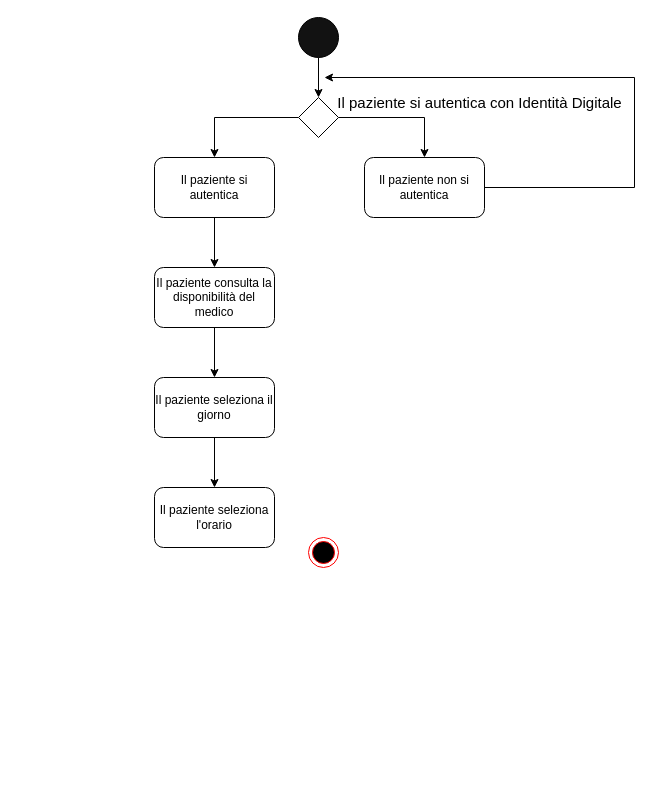
The draw.io diagram page "activity" (2 of 5) of DiagrammiMedSync.drawio in frncscrlnd/MedSync-Sistema-di-Gestione-Appuntamenti-e-Documentazione-Medica, before the edit. Source tidied: cells renumbered, new cells numbered last; positions are measured from the earlier drawing's top-left corner, leaving out a move shared by most shapes. Both pictures are drawn from the tidied source at 100%, with x=0, y=0 at pixel (154, 17).
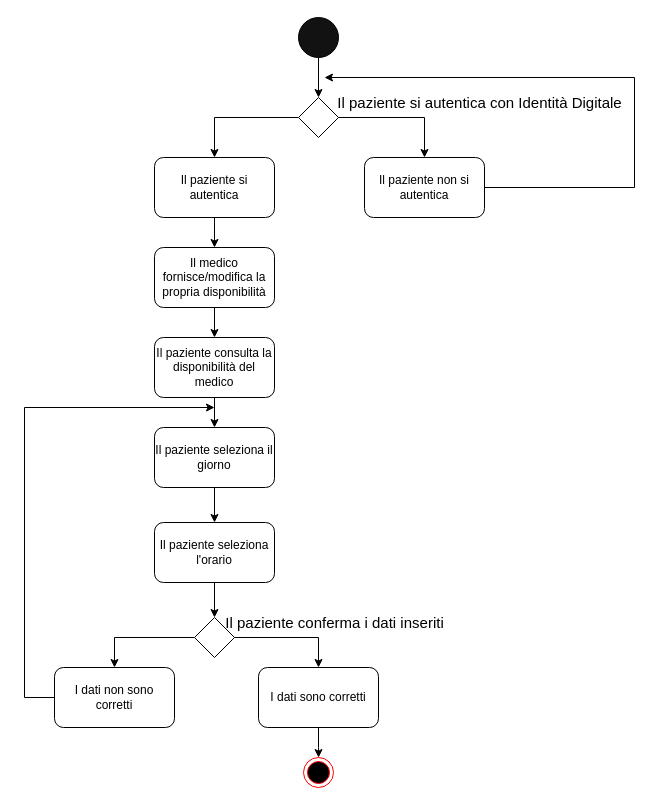
Above is the later version.

Unchanged cells that the change refers to:
```xml
<mxCell id="13" value="Il paziente si autentica" style="rounded=1;whiteSpace=wrap;html=1;" parent="1" vertex="1">
  <mxGeometry y="140" width="120" height="60" as="geometry" />
</mxCell>
```

Change to the diagram source:
```diff
@@
     <mxCell id="2" style="ellipse;html=1;shape=endState;fillColor=#000000;strokeColor=#ff0000;" parent="1" vertex="1">
-      <mxGeometry x="154" y="520" width="30" height="30" as="geometry" />
+      <mxGeometry x="149" y="740" width="30" height="30" as="geometry" />
     </mxCell>
@@
     <mxCell id="6" value="Il paziente seleziona il giorno" style="rounded=1;whiteSpace=wrap;html=1;" parent="1" vertex="1">
-      <mxGeometry y="360" width="120" height="60" as="geometry" />
+      <mxGeometry y="410" width="120" height="60" as="geometry" />
     </mxCell>
+    <mxCell id="18" style="edgeStyle=orthogonalEdgeStyle;rounded=0;jettySize=auto;html=1;" parent="1" edge="1" source="7" target="24">
+      <mxGeometry relative="1" as="geometry" />
+    </mxCell>
     <mxCell id="7" value="Il paziente seleziona l'orario" style="rounded=1;whiteSpace=wrap;html=1;" parent="1" vertex="1">
-      <mxGeometry y="470" width="120" height="60" as="geometry" />
+      <mxGeometry y="505" width="120" height="60" as="geometry" />
     </mxCell>
@@
-    <mxCell id="12" style="edgeStyle=orthogonalEdgeStyle;rounded=0;jettySize=auto;html=1;" parent="1" edge="1" source="13" target="17">
-      <mxGeometry relative="1" as="geometry" />
-    </mxCell>
+    <mxCell id="19" style="edgeStyle=orthogonalEdgeStyle;rounded=0;jettySize=auto;html=1;" parent="1" edge="1" source="13" target="21">
+      <mxGeometry relative="1" as="geometry" />
+    </mxCell>
@@
     <mxCell id="17" value="Il paziente consulta la disponibilità del medico" style="rounded=1;whiteSpace=wrap;html=1;" parent="1" vertex="1">
-      <mxGeometry y="250" width="120" height="60" as="geometry" />
+      <mxGeometry y="320" width="120" height="60" as="geometry" />
     </mxCell>
+    <mxCell id="20" style="edgeStyle=orthogonalEdgeStyle;rounded=0;jettySize=auto;html=1;" parent="1" edge="1" source="21" target="17">
+      <mxGeometry relative="1" as="geometry" />
+    </mxCell>
+    <mxCell id="21" value="Il medico fornisce/modifica la propria disponibilità" style="rounded=1;whiteSpace=wrap;html=1;" parent="1" vertex="1">
+      <mxGeometry y="230" width="120" height="60" as="geometry" />
+    </mxCell>
+    <mxCell id="22" style="edgeStyle=orthogonalEdgeStyle;rounded=0;jettySize=auto;html=1;" parent="1" edge="1" source="24" target="29">
+      <mxGeometry relative="1" as="geometry" />
+    </mxCell>
+    <mxCell id="23" style="edgeStyle=orthogonalEdgeStyle;rounded=0;jettySize=auto;html=1;" parent="1" edge="1" source="24" target="27">
+      <mxGeometry relative="1" as="geometry" />
+    </mxCell>
+    <mxCell id="24" style="rhombus;whiteSpace=wrap;html=1;" parent="1" vertex="1">
+      <mxGeometry x="40" y="600" width="40" height="40" as="geometry" />
+    </mxCell>
+    <mxCell id="25" value="&lt;font style=&quot;font-size: 15px;&quot;&gt;Il paziente conferma i dati inseriti&lt;/font&gt;" style="text;html=1;align=center;verticalAlign=middle;strokeColor=none;fillColor=none;" parent="1" vertex="1">
+      <mxGeometry x="60" y="590" width="240" height="30" as="geometry" />
+    </mxCell>
+    <mxCell id="26" style="edgeStyle=orthogonalEdgeStyle;rounded=0;jettySize=auto;html=1;" parent="1" edge="1" source="27">
+      <mxGeometry relative="1" as="geometry">
+        <mxPoint x="164.1" y="740.1" as="targetPoint" />
+      </mxGeometry>
+    </mxCell>
+    <mxCell id="27" value="I dati sono corretti" style="rounded=1;whiteSpace=wrap;html=1;" parent="1" vertex="1">
+      <mxGeometry x="104" y="650" width="120" height="60" as="geometry" />
+    </mxCell>
+    <mxCell id="28" style="edgeStyle=orthogonalEdgeStyle;rounded=0;jettySize=auto;html=1;" parent="1" edge="1" source="29">
+      <mxGeometry relative="1" as="geometry">
+        <mxPoint x="60" y="390" as="targetPoint" />
+        <Array as="points">
+          <mxPoint x="-130" y="680" />
+          <mxPoint x="-130" y="390" />
+          <mxPoint x="60" y="390" />
+        </Array>
+      </mxGeometry>
+    </mxCell>
+    <mxCell id="29" value="I dati non sono corretti" style="rounded=1;whiteSpace=wrap;html=1;" parent="1" vertex="1">
+      <mxGeometry x="-100" y="650" width="120" height="60" as="geometry" />
+    </mxCell>
```
